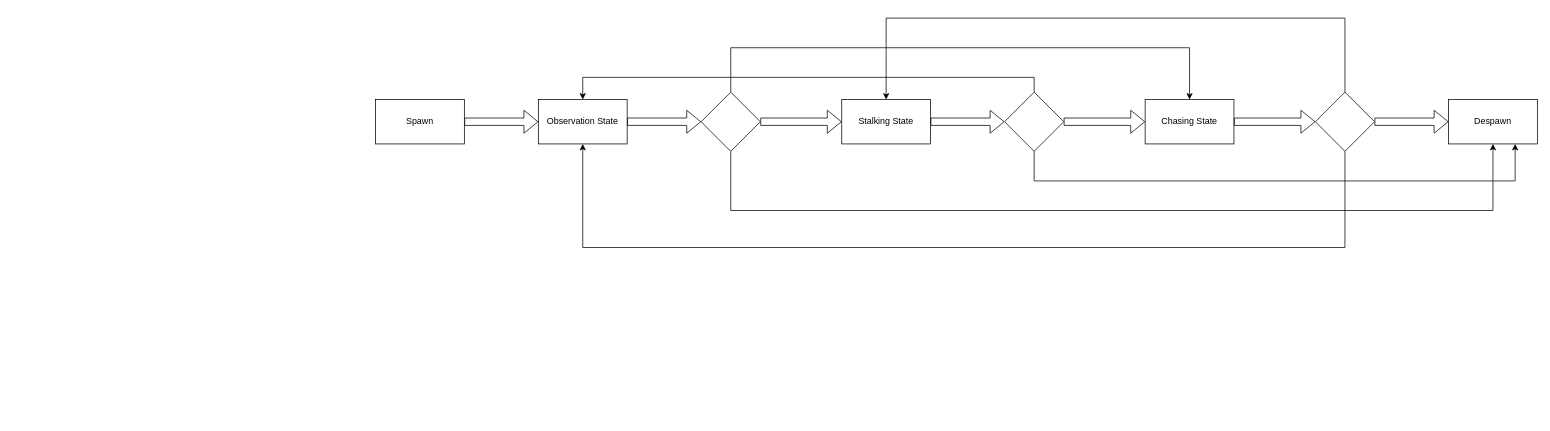
Before: slender-ai-behavior.drawio in lowercasewords/lurking_nightmares, a draw.io diagram. Source tidied: cells renumbered, new cells numbered last; positions are measured from the earlier drawing's top-left corner, leaving out a move shared by most shapes. Both pictures are drawn from the tidied source at 74%, with x=0, y=0 at pixel (375, 18).
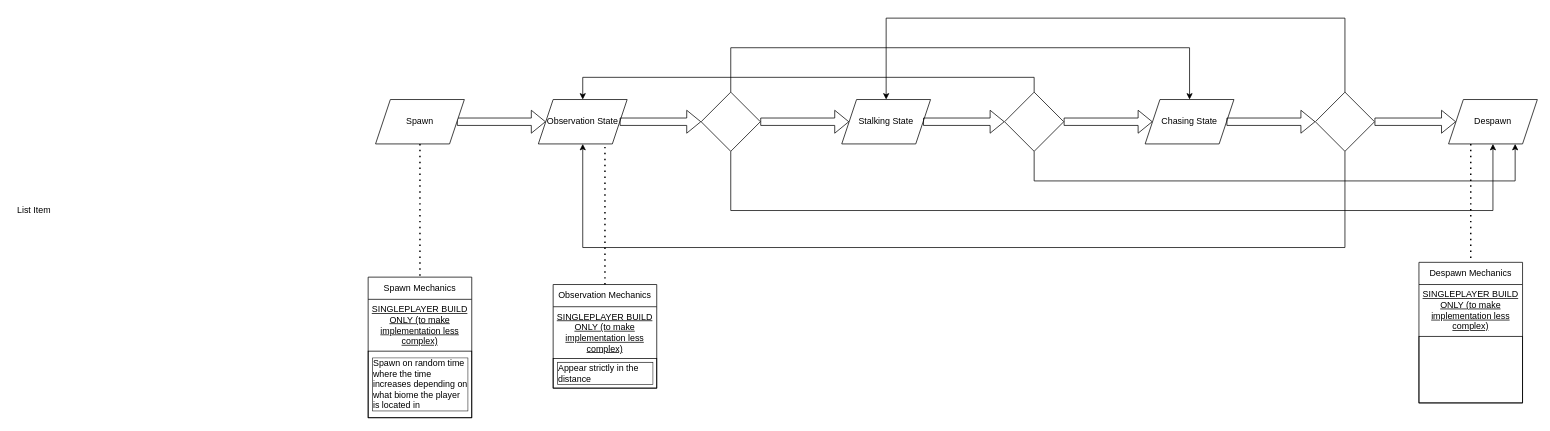
Above is the later version.

Commit message:
feature:descripitons-introduced

Diff of the diagram source:
```diff
@@
-    <mxCell id="2" value="Despawn" style="rounded=0;whiteSpace=wrap;html=1;" parent="1" vertex="1">
+    <mxCell id="2" value="Despawn" style="rounded=0;whiteSpace=wrap;html=1;shape=parallelogram;perimeter=parallelogramPerimeter;fixedSize=1;" parent="1" vertex="1">
       <mxGeometry x="1450" y="110" width="120" height="60" as="geometry" />
     </mxCell>
@@
+    <mxCell id="23" style="edgeStyle=orthogonalEdgeStyle;rounded=0;jettySize=auto;html=1;entryX=0.5;entryY=0;entryDx=0;entryDy=0;endArrow=none;dashed=1;dashPattern=1 3;strokeWidth=2;" parent="1" edge="1" source="4" target="25">
+      <mxGeometry relative="1" as="geometry" />
+    </mxCell>
-    <mxCell id="4" value="Spawn" style="rounded=0;whiteSpace=wrap;html=1;" parent="1" vertex="1">
+    <mxCell id="4" value="Spawn" style="rounded=0;whiteSpace=wrap;html=1;labelBackgroundColor=none;shape=parallelogram;perimeter=parallelogramPerimeter;fixedSize=1;" parent="1" vertex="1">
       <mxGeometry y="110" width="120" height="60" as="geometry" />
     </mxCell>
-    <mxCell id="5" value="Observation State" style="rounded=0;whiteSpace=wrap;html=1;" parent="1" vertex="1">
+    <mxCell id="5" value="Observation State" style="rounded=0;whiteSpace=wrap;html=1;shape=parallelogram;perimeter=parallelogramPerimeter;fixedSize=1;" parent="1" vertex="1">
       <mxGeometry x="220" y="110" width="120" height="60" as="geometry" />
     </mxCell>
@@
-    <mxCell id="7" value="Stalking State" style="rounded=0;whiteSpace=wrap;html=1;" parent="1" vertex="1">
+    <mxCell id="7" value="Stalking State" style="rounded=0;whiteSpace=wrap;html=1;shape=parallelogram;perimeter=parallelogramPerimeter;fixedSize=1;" parent="1" vertex="1">
       <mxGeometry x="630" y="110" width="120" height="60" as="geometry" />
     </mxCell>
@@
-    <mxCell id="10" value="Chasing State" style="rounded=0;whiteSpace=wrap;html=1;" parent="1" vertex="1">
+    <mxCell id="10" value="Chasing State" style="rounded=0;whiteSpace=wrap;html=1;shape=parallelogram;perimeter=parallelogramPerimeter;fixedSize=1;" parent="1" vertex="1">
       <mxGeometry x="1040" y="110" width="120" height="60" as="geometry" />
     </mxCell>
@@
+    <mxCell id="24" value="List Item" style="text;strokeColor=none;fillColor=none;align=left;verticalAlign=middle;spacingLeft=4;spacingRight=4;overflow=hidden;whiteSpace=wrap;html=1;" parent="1" vertex="1">
+      <mxGeometry x="-490" y="245" width="80" height="30" as="geometry" />
+    </mxCell>
+    <mxCell id="25" value="Spawn Mechanics" style="swimlane;fontStyle=0;horizontal=1;startSize=30;whiteSpace=wrap;html=1;" parent="1" vertex="1">
+      <mxGeometry x="-10" y="350" width="140" height="190" as="geometry" />
+    </mxCell>
+    <mxCell id="26" value="SINGLEPLAYER BUILD ONLY (to make implementation less complex)" style="text;html=1;strokeColor=none;fillColor=none;align=center;verticalAlign=middle;whiteSpace=wrap;rounded=0;fontStyle=4;" parent="25" vertex="1">
+      <mxGeometry y="30" width="140" height="70" as="geometry" />
+    </mxCell>
+    <mxCell id="27" value="Spawn on random time where the time increases depending on what biome the player is located in" style="text;strokeColor=default;fillColor=none;align=left;verticalAlign=middle;spacingLeft=4;spacingRight=4;overflow=hidden;whiteSpace=wrap;html=1;labelBorderColor=default;labelBackgroundColor=none;" parent="25" vertex="1">
+      <mxGeometry y="100" width="140" height="90" as="geometry" />
+    </mxCell>
+    <mxCell id="28" value="Observation Mechanics" style="swimlane;fontStyle=0;horizontal=1;startSize=30;whiteSpace=wrap;html=1;labelBorderColor=none;" parent="1" vertex="1">
+      <mxGeometry x="240" y="360" width="140" height="140" as="geometry" />
+    </mxCell>
+    <mxCell id="29" value="SINGLEPLAYER BUILD ONLY (to make implementation less complex)" style="text;html=1;strokeColor=none;fillColor=none;align=center;verticalAlign=middle;whiteSpace=wrap;rounded=0;fontStyle=4;" parent="28" vertex="1">
+      <mxGeometry y="30" width="140" height="70" as="geometry" />
+    </mxCell>
+    <mxCell id="30" value="Appear strictly in the distance" style="text;strokeColor=default;fillColor=none;align=left;verticalAlign=middle;spacingLeft=4;spacingRight=4;overflow=hidden;whiteSpace=wrap;html=1;labelBorderColor=default;" parent="28" vertex="1">
+      <mxGeometry y="100" width="140" height="40" as="geometry" />
+    </mxCell>
+    <mxCell id="31" style="endArrow=none;dashed=1;html=1;dashPattern=1 3;strokeWidth=2;rounded=0;exitX=0.5;exitY=0;exitDx=0;exitDy=0;entryX=0.75;entryY=1;entryDx=0;entryDy=0;" parent="1" edge="1" source="28" target="5">
+      <mxGeometry relative="1" as="geometry" />
+    </mxCell>
+    <mxCell id="32" value="Despawn Mechanics" style="swimlane;fontStyle=0;horizontal=1;startSize=30;whiteSpace=wrap;html=1;strokeColor=default;" parent="1" vertex="1">
+      <mxGeometry x="1410" y="330" width="140" height="190" as="geometry" />
+    </mxCell>
+    <mxCell id="33" value="SINGLEPLAYER BUILD ONLY (to make implementation less complex)" style="text;html=1;strokeColor=none;fillColor=none;align=center;verticalAlign=middle;whiteSpace=wrap;rounded=0;fontStyle=4;" parent="32" vertex="1">
+      <mxGeometry y="30" width="140" height="70" as="geometry" />
+    </mxCell>
+    <mxCell id="34" style="text;strokeColor=default;fillColor=none;align=left;verticalAlign=middle;spacingLeft=4;spacingRight=4;overflow=hidden;whiteSpace=wrap;html=1;" parent="32" vertex="1">
+      <mxGeometry y="100" width="140" height="90" as="geometry" />
+    </mxCell>
+    <mxCell id="35" style="endArrow=none;dashed=1;html=1;dashPattern=1 3;strokeWidth=2;rounded=0;entryX=0.5;entryY=0;entryDx=0;entryDy=0;exitX=0.25;exitY=1;exitDx=0;exitDy=0;" parent="1" edge="1" source="2" target="32">
+      <mxGeometry relative="1" as="geometry" />
+    </mxCell>
```
